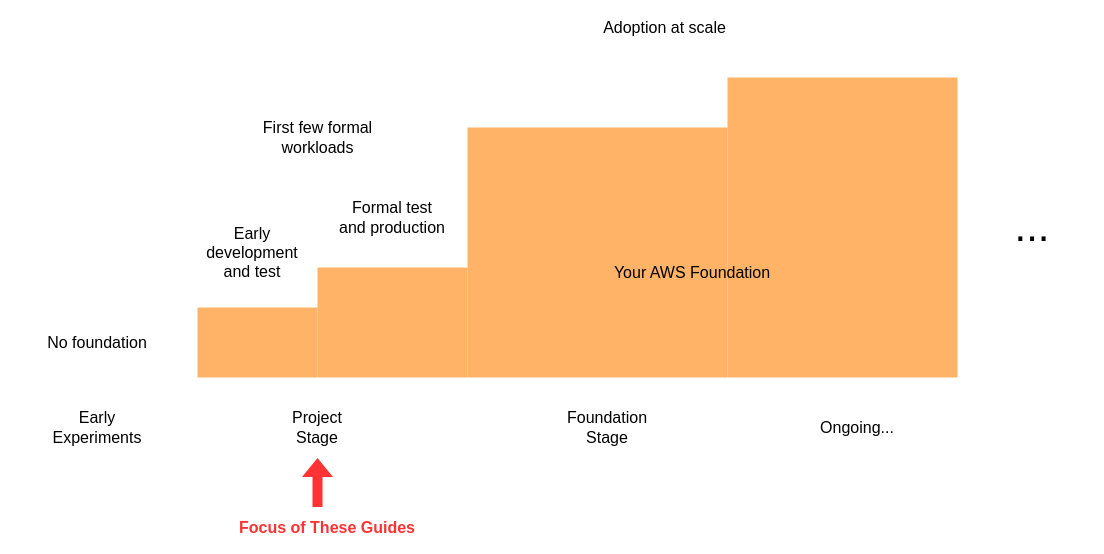
This is page "foundation" (6 of 7) of images/initial-foundation.drawio from atimpone/aws-foundation-journey, a draw.io file, before an edit. Source tidied: cells renumbered, new cells numbered last; positions are measured from the earlier drawing's top-left corner, leaving out a move shared by most shapes. Both pictures are drawn from the tidied source at 100%, with x=0, y=0 at pixel (17, 17).
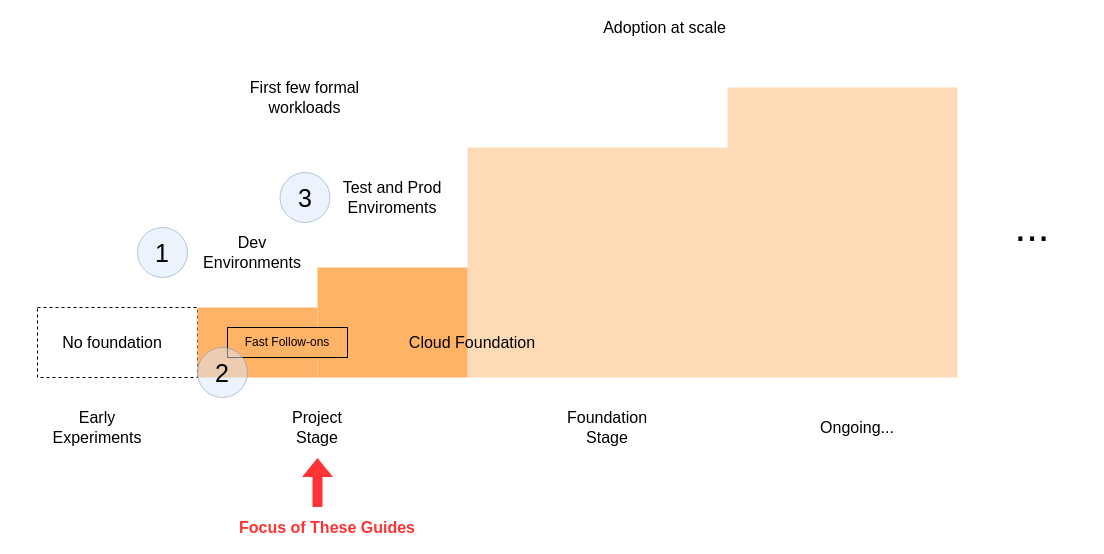
After the change.

Commit message (it also covers changes not shown here):
enhance foundation diagram

Diff of the diagram source:
```diff
@@
+    <mxCell id="19" style="rounded=0;whiteSpace=wrap;html=1;fontSize=16;fontColor=#ff3333;fillColor=none;strokeColor=#000000;dashed=1;" parent="1" vertex="1">
+      <mxGeometry x="20" y="290" width="160" height="70" as="geometry" />
+    </mxCell>
@@
-    <mxCell id="4" style="rounded=0;whiteSpace=wrap;html=1;fontSize=16;fontColor=#ff3333;fillColor=#ffb366;strokeColor=none;" parent="1" vertex="1">
-      <mxGeometry x="450" y="110" width="260" height="250" as="geometry" />
+    <mxCell id="4" style="rounded=0;whiteSpace=wrap;html=1;fontSize=16;fillColor=#ffb570;strokeColor=none;gradientColor=none;opacity=50;" parent="1" vertex="1">
+      <mxGeometry x="450" y="130" width="260" height="230" as="geometry" />
     </mxCell>
@@
-    <mxCell id="7" style="rounded=0;whiteSpace=wrap;html=1;fontSize=16;fontColor=#ff3333;fillColor=#ffb366;strokeColor=none;" parent="1" vertex="1">
-      <mxGeometry x="710" y="60" width="230" height="300" as="geometry" />
+    <mxCell id="7" style="rounded=0;whiteSpace=wrap;html=1;fontSize=16;fillColor=#ffb570;strokeColor=none;gradientColor=none;opacity=50;" parent="1" vertex="1">
+      <mxGeometry x="710" y="70" width="230" height="290" as="geometry" />
     </mxCell>
@@
-    <mxCell id="10" value="Early development and test" style="text;html=1;strokeColor=none;fillColor=none;align=center;verticalAlign=middle;whiteSpace=wrap;rounded=0;fontSize=16;fontColor=#000000;" parent="1" vertex="1">
+    <mxCell id="10" value="Dev&lt;br&gt;Environments" style="text;html=1;strokeColor=none;fillColor=none;align=center;verticalAlign=middle;whiteSpace=wrap;rounded=0;fontSize=16;fontColor=#000000;" parent="1" vertex="1">
       <mxGeometry x="180" y="225" width="110" height="20" as="geometry" />
     </mxCell>
-    <mxCell id="11" value="Formal test and production" style="text;html=1;strokeColor=none;fillColor=none;align=center;verticalAlign=middle;whiteSpace=wrap;rounded=0;fontSize=16;fontColor=#000000;" parent="1" vertex="1">
-      <mxGeometry x="320" y="190" width="110" height="20" as="geometry" />
+    <mxCell id="11" value="Test and Prod&lt;br&gt;Enviroments" style="text;html=1;strokeColor=none;fillColor=none;align=center;verticalAlign=middle;whiteSpace=wrap;rounded=0;fontSize=16;fontColor=#000000;" parent="1" vertex="1">
+      <mxGeometry x="320" y="170" width="110" height="20" as="geometry" />
     </mxCell>
@@
-    <mxCell id="15" value="Your AWS Foundation" style="text;html=1;strokeColor=none;fillColor=none;align=center;verticalAlign=middle;whiteSpace=wrap;rounded=0;fontSize=16;fontColor=#000000;" parent="1" vertex="1">
-      <mxGeometry x="570" y="245" width="210" height="20" as="geometry" />
-    </mxCell>
     <mxCell id="16" value="First few formal workloads" style="text;html=1;strokeColor=none;fillColor=none;align=center;verticalAlign=middle;whiteSpace=wrap;rounded=0;fontSize=16;fontColor=#000000;" parent="1" vertex="1">
-      <mxGeometry x="222.5" y="110" width="155" height="20" as="geometry" />
+      <mxGeometry x="210" y="70" width="155" height="20" as="geometry" />
     </mxCell>
     <mxCell id="17" value="No foundation" style="text;html=1;strokeColor=none;fillColor=none;align=center;verticalAlign=middle;whiteSpace=wrap;rounded=0;fontSize=16;fontColor=#000000;" parent="1" vertex="1">
-      <mxGeometry x="25" y="315" width="110" height="20" as="geometry" />
+      <mxGeometry x="40" y="315" width="110" height="20" as="geometry" />
     </mxCell>
@@
+    <mxCell id="20" value="&lt;font color=&quot;#000000&quot; style=&quot;font-size: 12px;&quot;&gt;Fast Follow-ons&lt;/font&gt;" style="rounded=0;whiteSpace=wrap;html=1;fontSize=12;fontColor=#ff3333;fillColor=#ffb366;strokeColor=#000000;fontStyle=0;" parent="1" vertex="1">
+      <mxGeometry x="210" y="310" width="120" height="30" as="geometry" />
+    </mxCell>
+    <mxCell id="21" value="&lt;font style=&quot;font-size: 25px&quot;&gt;1&lt;/font&gt;" style="ellipse;whiteSpace=wrap;html=1;strokeColor=#6c8ebf;fillColor=#dae8fc;fontSize=12;opacity=50;" parent="1" vertex="1">
+      <mxGeometry x="120" y="210" width="50" height="50" as="geometry" />
+    </mxCell>
+    <mxCell id="22" value="&lt;font style=&quot;font-size: 25px&quot;&gt;3&lt;/font&gt;" style="ellipse;whiteSpace=wrap;html=1;strokeColor=#6c8ebf;fillColor=#dae8fc;fontSize=12;opacity=50;" parent="1" vertex="1">
+      <mxGeometry x="262.5" y="155" width="50" height="50" as="geometry" />
+    </mxCell>
+    <mxCell id="23" value="&lt;font style=&quot;font-size: 25px&quot;&gt;2&lt;/font&gt;" style="ellipse;whiteSpace=wrap;html=1;strokeColor=#6c8ebf;fillColor=#dae8fc;fontSize=12;opacity=50;" parent="1" vertex="1">
+      <mxGeometry x="180" y="330" width="50" height="50" as="geometry" />
+    </mxCell>
+    <mxCell id="24" value="Cloud Foundation" style="text;html=1;strokeColor=none;fillColor=none;align=center;verticalAlign=middle;whiteSpace=wrap;rounded=0;fontSize=16;fontColor=#000000;" parent="1" vertex="1">
+      <mxGeometry x="365" y="315" width="180" height="20" as="geometry" />
+    </mxCell>
```
